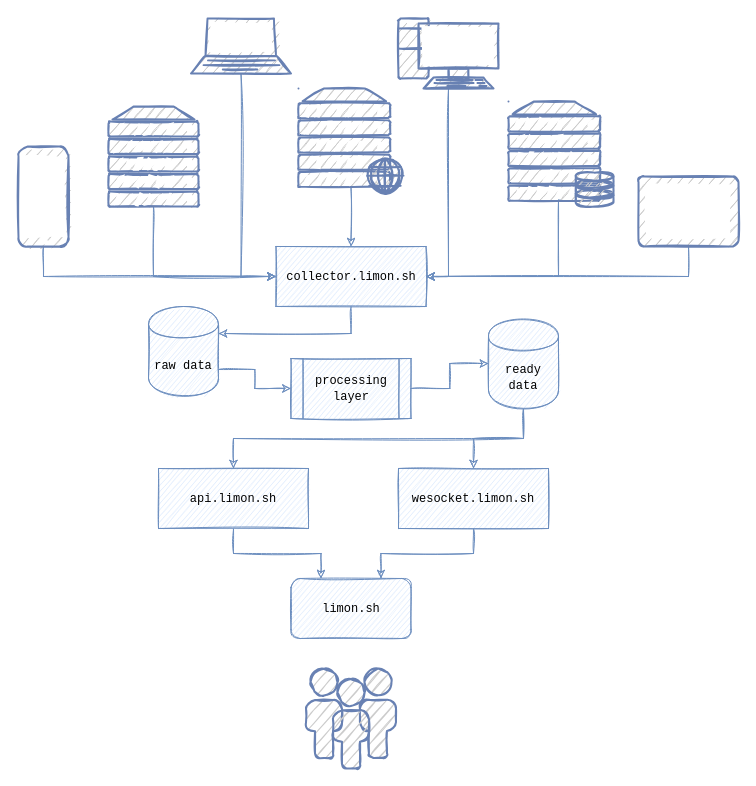
The draw.io diagram page "Big picture" (1 of 2) of big-picture.drawio in limon-sh/architecture, before the edit. Source tidied: cells renumbered, new cells numbered last; positions are measured from the earlier drawing's top-left corner, leaving out a move shared by most shapes. Both pictures are drawn from the tidied source at 100%, with x=0, y=0 at pixel (18, 18).
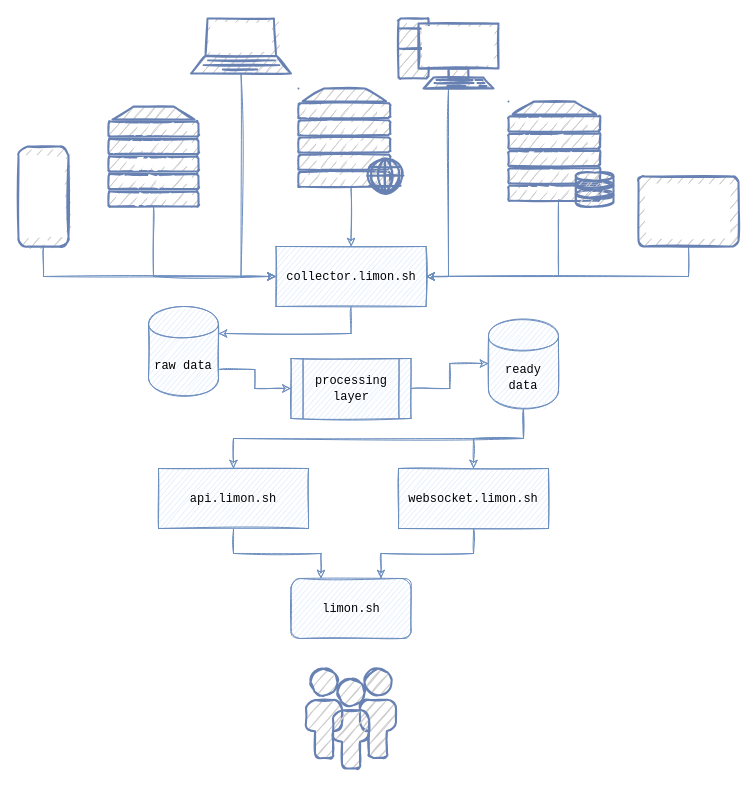
Above is the later version.

The edit, as a diff of the source:
```diff
@@
-    <mxCell id="28" value="&lt;font face=&quot;Courier New&quot;&gt;wesocket.limon.sh&lt;/font&gt;" style="rounded=0;whiteSpace=wrap;html=1;sketch=1;fillColor=#dae8fc;strokeColor=#6c8ebf;" parent="1" vertex="1">
+    <mxCell id="28" value="&lt;font face=&quot;Courier New&quot;&gt;websocket.limon.sh&lt;/font&gt;" style="rounded=0;whiteSpace=wrap;html=1;sketch=1;fillColor=#dae8fc;strokeColor=#6c8ebf;" parent="1" vertex="1">
       <mxGeometry x="380" y="450" width="150" height="60" as="geometry" />
     </mxCell>
```
